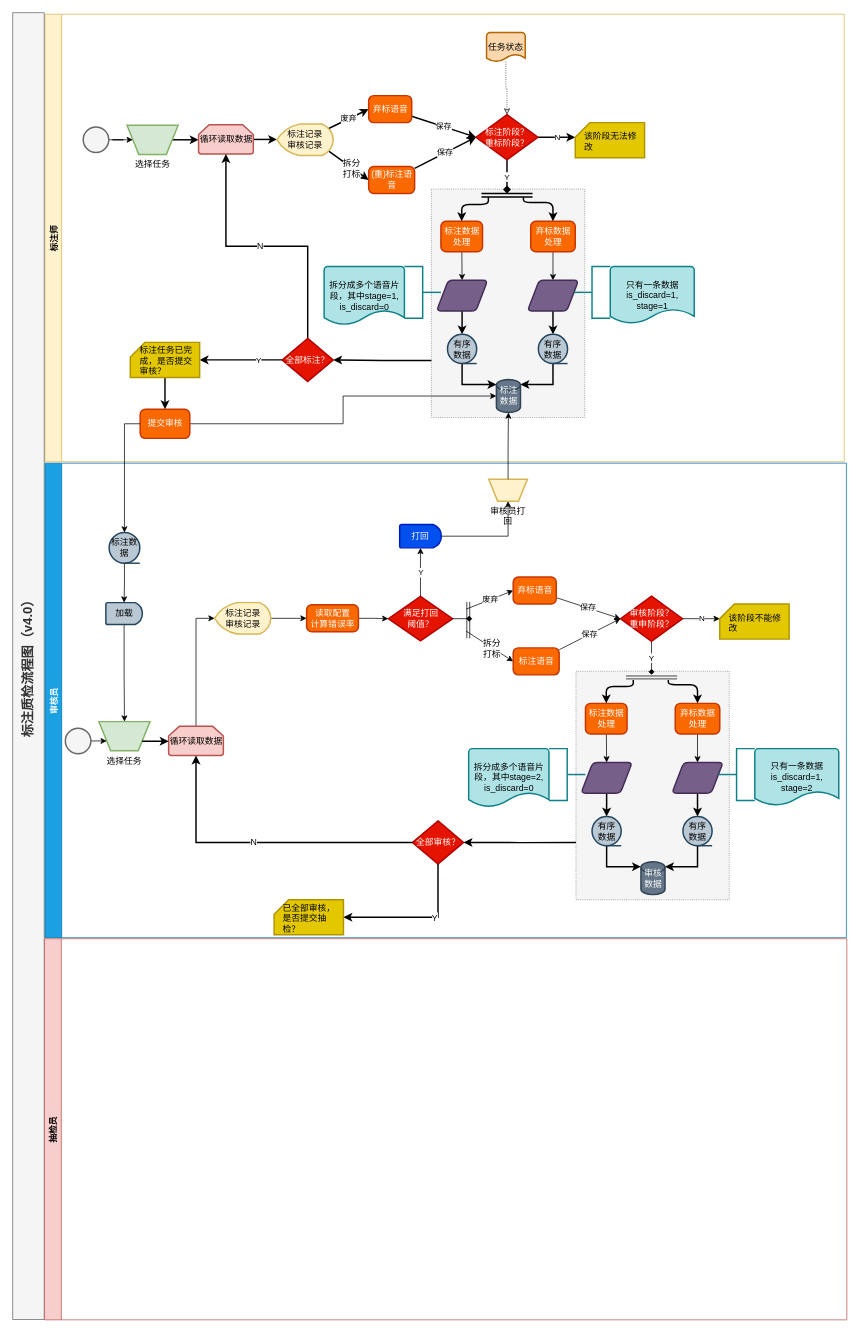
Earlier version of the draw.io diagram 标注完整流程图.drawio (gumuqi/draw.io). Source tidied: cells renumbered, new cells numbered last; positions are measured from the earlier drawing's top-left corner, leaving out a move shared by most shapes. Both pictures are drawn from the tidied source at 73%, with x=0, y=0 at pixel (12, -162).
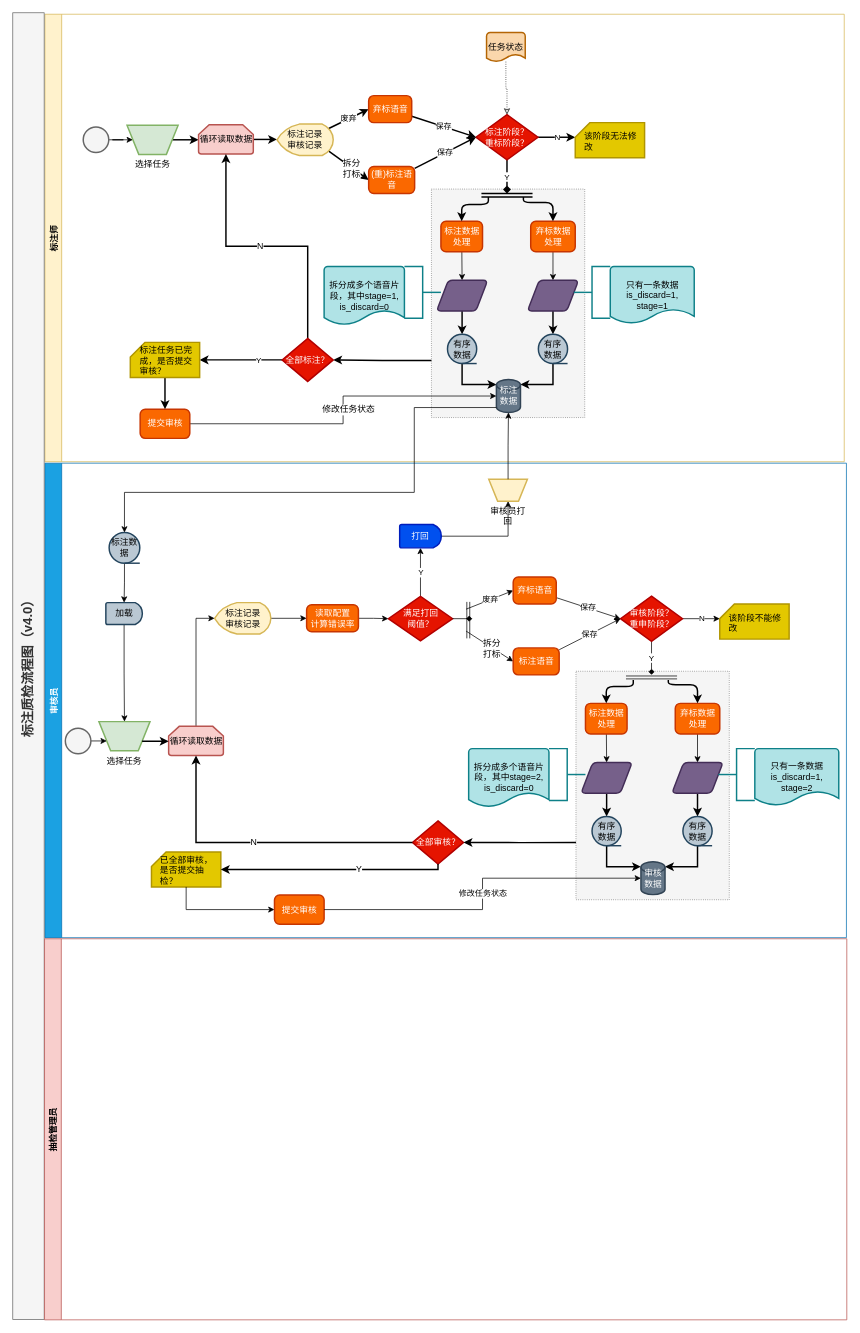
The same page after the edit.

Commit message (it also covers changes not shown here):
更新标注完整流程图.drawio

Unchanged cells that the change refers to:
```xml
<mxCell id="38" value="标注数据" style="strokeWidth=2;html=1;shape=mxgraph.flowchart.database;whiteSpace=wrap;fillColor=#647687;strokeColor=#314354;fontColor=#ffffff;" parent="2" vertex="1">
  <mxGeometry x="377.5" y="741.5" width="33" height="45" as="geometry" />
</mxCell>
<mxCell id="47" style="edgeStyle=orthogonalEdgeStyle;rounded=0;jettySize=auto;html=1;entryX=0;entryY=0.5;entryDx=0;entryDy=0;entryPerimeter=0;endArrow=classic;endFill=1;strokeWidth=1;" parent="2" edge="1" source="48" target="38">
  <mxGeometry relative="1" as="geometry" />
</mxCell>
<mxCell id="48" value="提交审核" style="rounded=1;whiteSpace=wrap;html=1;absoluteArcSize=1;arcSize=14;strokeWidth=2;fillColor=#fa6800;strokeColor=#C73500;fontColor=#ffffff;" parent="2" vertex="1">
  <mxGeometry x="-110.5" y="782" width="68" height="40" as="geometry" />
</mxCell>
<mxCell id="53" value="审核员" style="swimlane;fillColor=#1ba1e2;strokeColor=#006EAF;rotation=-90;fontColor=#ffffff;" parent="1" vertex="1">
  <mxGeometry x="268" y="632" width="650" height="1098" as="geometry" />
</mxCell>
<mxCell id="72" value="全部审核？" style="strokeWidth=2;html=1;shape=mxgraph.flowchart.decision;whiteSpace=wrap;fillColor=#e51400;strokeColor=#B20000;fontColor=#ffffff;" parent="53" vertex="1">
  <mxGeometry x="279.5" y="714" width="70" height="59" as="geometry" />
</mxCell>
<mxCell id="80" value="标注数据" style="strokeWidth=2;html=1;shape=mxgraph.flowchart.sequential_data;whiteSpace=wrap;fillColor=#bac8d3;strokeColor=#23445d;" parent="53" vertex="1">
  <mxGeometry x="-136" y="319" width="42" height="42" as="geometry" />
</mxCell>
<mxCell id="112" value="审核数据" style="strokeWidth=2;html=1;shape=mxgraph.flowchart.database;whiteSpace=wrap;fillColor=#647687;strokeColor=#314354;fontColor=#ffffff;" parent="1" vertex="1">
  <mxGeometry x="860.5" y="1402" width="33" height="45" as="geometry" />
</mxCell>
```

What changed in the source:
```diff
@@
+    <mxCell id="122" value="修改任务状态" style="text;html=1;align=center;verticalAlign=middle;labelBackgroundColor=#ffffff;" parent="47" vertex="1">
+      <mxGeometry x="0.11" y="-1" relative="1" as="geometry">
+        <mxPoint x="0.5" y="17" as="offset" />
+      </mxGeometry>
+    </mxCell>
@@
     <mxCell id="54" style="verticalLabelPosition=bottom;verticalAlign=top;html=1;strokeWidth=2;shape=card;whiteSpace=wrap;size=20;arcSize=12;fillColor=#e3c800;strokeColor=#B09500;fontColor=#ffffff;" parent="53" vertex="1">
-      <mxGeometry x="90" y="822" width="95" height="48" as="geometry" />
+      <mxGeometry x="-78" y="756.5" width="95" height="48" as="geometry" />
     </mxCell>
+    <mxCell id="123" style="edgeStyle=orthogonalEdgeStyle;rounded=0;jettySize=auto;html=1;entryX=0;entryY=0.5;entryDx=0;entryDy=0;endArrow=classic;endFill=1;strokeWidth=1;exitX=0.5;exitY=1;exitDx=0;exitDy=0;exitPerimeter=0;" parent="53" edge="1" source="54" target="124">
+      <mxGeometry relative="1" as="geometry" />
+    </mxCell>
     <mxCell id="55" value="已全部审核，是否提交抽检？" style="text;html=1;strokeColor=none;fillColor=none;align=left;verticalAlign=middle;whiteSpace=wrap;rounded=0;" parent="53" vertex="1">
-      <mxGeometry x="100" y="837.5" width="75" height="20" as="geometry" />
+      <mxGeometry x="-68" y="772" width="75" height="20" as="geometry" />
     </mxCell>
@@
     <mxCell id="75" style="edgeStyle=orthogonalEdgeStyle;rounded=0;jettySize=auto;html=1;entryX=1;entryY=0.5;entryDx=0;entryDy=0;entryPerimeter=0;endArrow=classic;endFill=1;strokeWidth=2;exitX=0.5;exitY=1;exitDx=0;exitDy=0;exitPerimeter=0;" parent="53" edge="1" source="72" target="54">
-      <mxGeometry relative="1" as="geometry" />
+      <mxGeometry relative="1" as="geometry">
+        <Array as="points">
+          <mxPoint x="315" y="781" />
+        </Array>
+      </mxGeometry>
     </mxCell>
@@
+    <mxCell id="124" value="提交审核" style="rounded=1;whiteSpace=wrap;html=1;absoluteArcSize=1;arcSize=14;strokeWidth=2;fillColor=#fa6800;strokeColor=#C73500;fontColor=#ffffff;" parent="53" vertex="1">
+      <mxGeometry x="90.5" y="815.5" width="68" height="40" as="geometry" />
+    </mxCell>
@@
-    <mxCell id="116" value="抽检员" style="swimlane;fillColor=#f8cecc;strokeColor=#b85450;rotation=-90;" parent="1" vertex="1">
+    <mxCell id="116" value="抽检管理员" style="swimlane;fillColor=#f8cecc;strokeColor=#b85450;rotation=-90;" parent="1" vertex="1">
       <mxGeometry x="332" y="1219" width="522" height="1099" as="geometry" />
     </mxCell>
@@
-    <mxCell id="121" style="edgeStyle=orthogonalEdgeStyle;rounded=0;jettySize=auto;html=1;endArrow=classic;endFill=1;strokeWidth=1;entryX=0.5;entryY=0;entryDx=0;entryDy=0;entryPerimeter=0;" parent="1" edge="1" source="48" target="80">
-      <mxGeometry relative="1" as="geometry" />
+    <mxCell id="121" style="edgeStyle=orthogonalEdgeStyle;rounded=0;jettySize=auto;html=1;endArrow=classic;endFill=1;strokeWidth=1;entryX=0.5;entryY=0;entryDx=0;entryDy=0;entryPerimeter=0;exitX=0;exitY=0.85;exitDx=0;exitDy=0;exitPerimeter=0;" parent="1" edge="1" source="38" target="80">
+      <mxGeometry relative="1" as="geometry">
+        <Array as="points">
+          <mxPoint x="550" y="780" />
+          <mxPoint x="550" y="896" />
+          <mxPoint x="153" y="896" />
+        </Array>
+      </mxGeometry>
     </mxCell>
+    <mxCell id="125" value="修改任务状态" style="edgeStyle=orthogonalEdgeStyle;rounded=0;jettySize=auto;html=1;entryX=0;entryY=0.5;entryDx=0;entryDy=0;entryPerimeter=0;endArrow=classic;endFill=1;strokeWidth=1;elbow=vertical;" parent="1" edge="1" source="124" target="112">
+      <mxGeometry relative="1" as="geometry" />
+    </mxCell>
```
